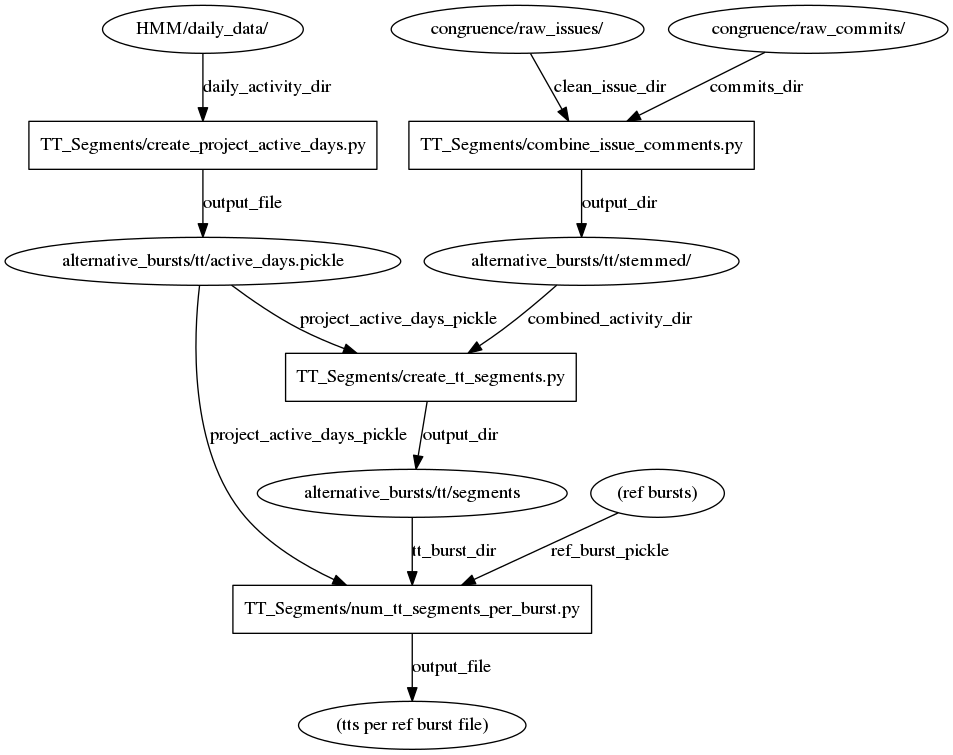
Before: Segmentation_Models/dataflow_tt.png, a diagram exported from Graphviz (samridhishree/Github_Productivity). Its source is kept beside it as Segmentation_Models/dataflow_tt.dot. The source it was exported from:
```dot
DiGraph coordination_software {
    edge [labelfontsize=10.0];
    node [labelfontsize=14.0];

    "TT_Segments/combine_issue_comments.py" [shape=box];
    "TT_Segments/create_project_active_days.py" [shape=box];
    "TT_Segments/create_tt_segments.py" [shape=box];
    "TT_Segments/num_tt_segments_per_burst.py" [shape=box];

    "congruence/raw_issues/" -> "TT_Segments/combine_issue_comments.py" [label="clean_issue_dir"];
    "congruence/raw_commits/" -> "TT_Segments/combine_issue_comments.py" [label="commits_dir"];
    "TT_Segments/combine_issue_comments.py" -> "alternative_bursts/tt/stemmed/" [label="output_dir"];

    "HMM/daily_data/" -> "TT_Segments/create_project_active_days.py" [label="daily_activity_dir"];
    "TT_Segments/create_project_active_days.py" -> "alternative_bursts/tt/active_days.pickle" [label="output_file"];

    "alternative_bursts/tt/active_days.pickle" -> "TT_Segments/create_tt_segments.py" [label="project_active_days_pickle"];
    "alternative_bursts/tt/stemmed/" -> "TT_Segments/create_tt_segments.py" [label="combined_activity_dir"];
    "TT_Segments/create_tt_segments.py" -> "alternative_bursts/tt/segments" [label="output_dir"];

    "(ref bursts)" -> "TT_Segments/num_tt_segments_per_burst.py" [label="ref_burst_pickle"];
    "alternative_bursts/tt/segments" -> "TT_Segments/num_tt_segments_per_burst.py" [label="tt_burst_dir"];
    "alternative_bursts/tt/active_days.pickle" -> "TT_Segments/num_tt_segments_per_burst.py" [label="project_active_days_pickle"];
    "TT_Segments/num_tt_segments_per_burst.py" -> "(tts per ref burst file)" [label="output_file"];

}
```
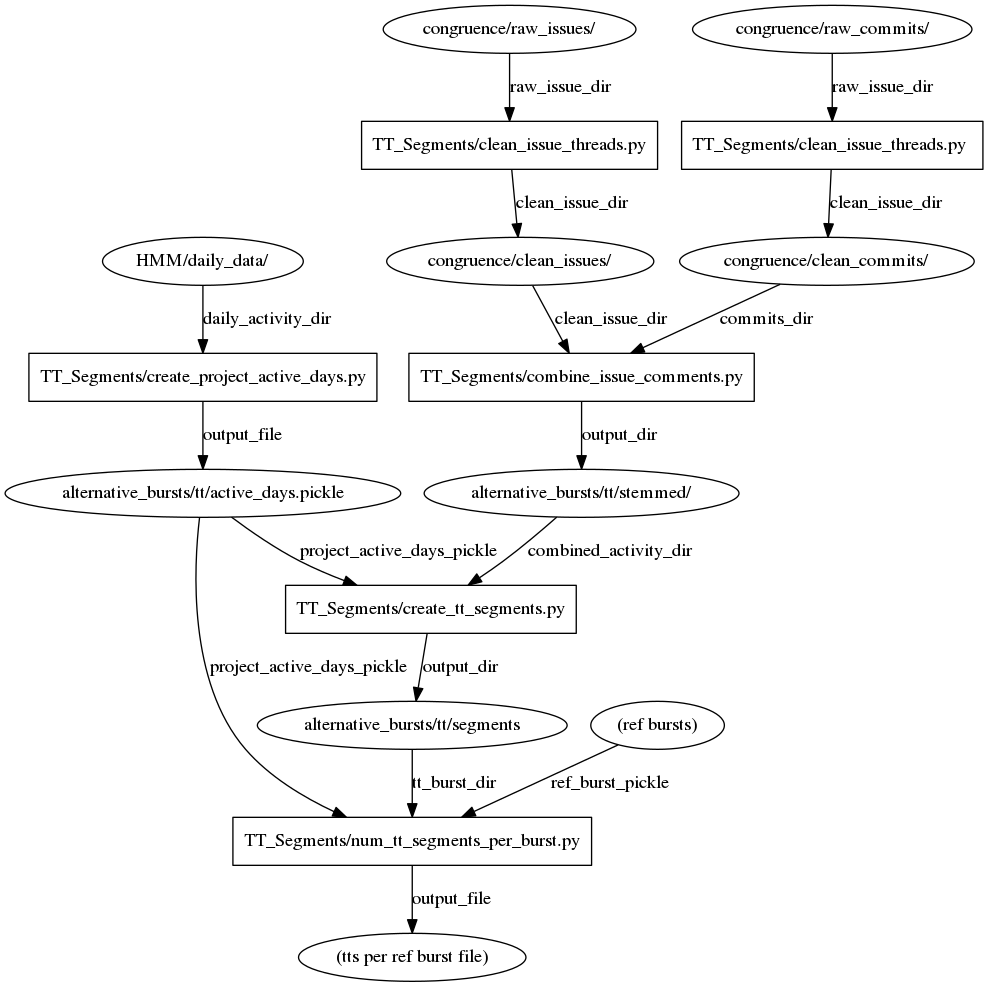
Later version of the same file.

Diff of the diagram source:
```diff
@@ -6,9 +6,11 @@
     "TT_Segments/create_project_active_days.py" [shape=box];
     "TT_Segments/create_tt_segments.py" [shape=box];
     "TT_Segments/num_tt_segments_per_burst.py" [shape=box];
+    "TT_Segments/clean_issue_threads.py" [shape=box];
+    "TT_Segments/clean_issue_threads.py " [shape=box];
 
-    "congruence/raw_issues/" -> "TT_Segments/combine_issue_comments.py" [label="clean_issue_dir"];
-    "congruence/raw_commits/" -> "TT_Segments/combine_issue_comments.py" [label="commits_dir"];
+    "congruence/clean_issues/" -> "TT_Segments/combine_issue_comments.py" [label="clean_issue_dir"];
+    "congruence/clean_commits/" -> "TT_Segments/combine_issue_comments.py" [label="commits_dir"];
     "TT_Segments/combine_issue_comments.py" -> "alternative_bursts/tt/stemmed/" [label="output_dir"];
 
     "HMM/daily_data/" -> "TT_Segments/create_project_active_days.py" [label="daily_activity_dir"];
@@ -23,4 +25,9 @@
     "alternative_bursts/tt/active_days.pickle" -> "TT_Segments/num_tt_segments_per_burst.py" [label="project_active_days_pickle"];
     "TT_Segments/num_tt_segments_per_burst.py" -> "(tts per ref burst file)" [label="output_file"];
 
+    "congruence/raw_issues/" -> "TT_Segments/clean_issue_threads.py" [label="raw_issue_dir"];
+    "TT_Segments/clean_issue_threads.py" -> "congruence/clean_issues/" [label="clean_issue_dir"];
+
+    "congruence/raw_commits/" -> "TT_Segments/clean_issue_threads.py " [label="raw_issue_dir"];
+    "TT_Segments/clean_issue_threads.py " -> "congruence/clean_commits/" [label="clean_issue_dir"];
 }
```
